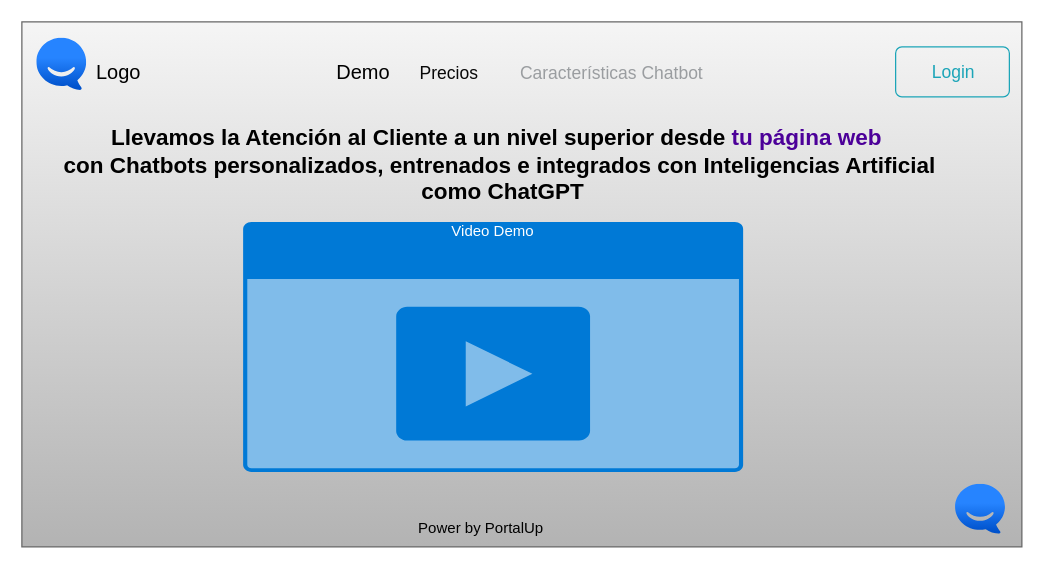
Before: template_chatbots_platform.drawio in victorhugor45/mockups_chatbot_platform, a draw.io diagram. Source tidied: cells renumbered, new cells numbered last; positions are measured from the earlier drawing's top-left corner, leaving out a move shared by most shapes. Both pictures are drawn from the tidied source at 125%, with x=0, y=0 at pixel (21, 21).
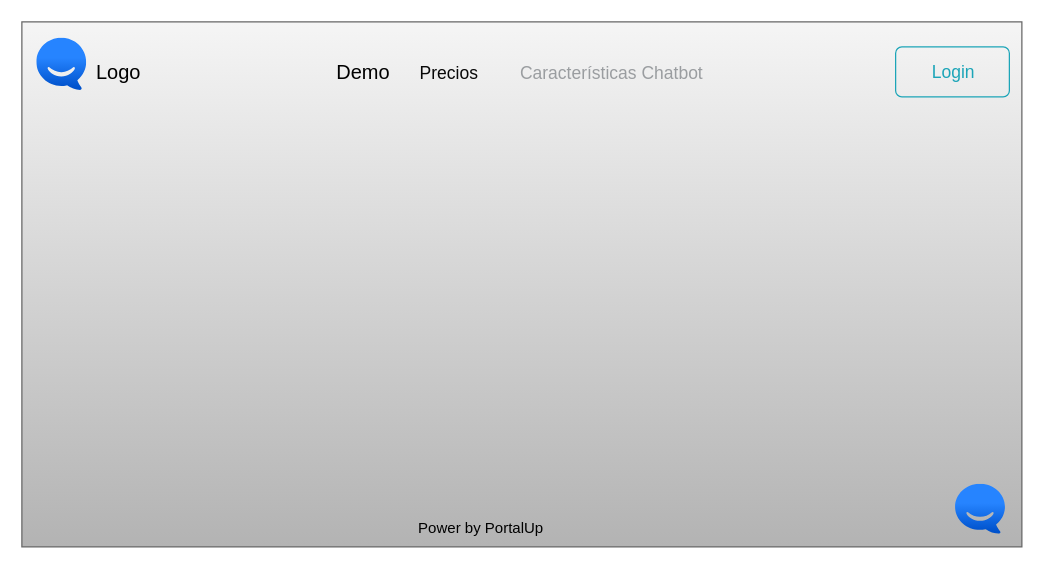
After the change.

Commit message:
Se deja solo el mockup template

Diff of the diagram source:
```diff
@@
 <mxGraphModel>
   <root>
     <mxCell id="0" />
     <mxCell id="1" parent="0" />
     <mxCell id="2" style="rounded=0;whiteSpace=wrap;html=1;fillColor=#f5f5f5;gradientColor=#b3b3b3;strokeColor=#666666;" parent="1" vertex="1">
       <mxGeometry width="800" height="420" as="geometry" />
     </mxCell>
     <mxCell id="3" value="Demo" style="html=1;shadow=0;dashed=0;fontSize=16;align=left;spacing=15;fillColor=none;strokeColor=none;" parent="1" vertex="1">
       <mxGeometry x="237" y="10" width="563" height="60" as="geometry" />
     </mxCell>
     <mxCell id="4" value="Precios" style="fillColor=none;strokeColor=none;fontSize=14;fontColor=#080808;align=center;" parent="3" vertex="1">
       <mxGeometry width="70" height="40" relative="1" as="geometry">
         <mxPoint x="70" y="10" as="offset" />
       </mxGeometry>
     </mxCell>
     <mxCell id="5" value="Características Chatbot " style="fillColor=none;strokeColor=none;fontSize=14;fontColor=#9A9DA0;align=center;" parent="3" vertex="1">
       <mxGeometry width="160" height="40" relative="1" as="geometry">
         <mxPoint x="157" y="10" as="offset" />
       </mxGeometry>
     </mxCell>
     <mxCell id="6" value="Login" style="html=1;shadow=0;dashed=0;shape=mxgraph.bootstrap.rrect;rSize=5;fontSize=14;fontColor=#1CA5B8;strokeColor=#1CA5B8;fillColor=none;" parent="3" vertex="1">
       <mxGeometry x="1" width="91" height="40" relative="1" as="geometry">
         <mxPoint x="-101" y="10" as="offset" />
       </mxGeometry>
     </mxCell>
-    <mxCell id="7" value="Video Demo" style="html=1;whiteSpace=wrap;strokeColor=none;fillColor=#0079D6;labelPosition=center;verticalLabelPosition=middle;verticalAlign=top;align=center;fontSize=12;spacingTop=-6;fontColor=#FFFFFF;sketch=0;shape=mxgraph.sitemap.video;" parent="1" vertex="1">
-      <mxGeometry x="177" y="160" width="400" height="200" as="geometry" />
-    </mxCell>
     <mxCell id="8" value="Power by PortalUp&lt;br&gt;" style="text;html=1;align=center;verticalAlign=middle;strokeColor=none;fillColor=none;" parent="1" vertex="1">
       <mxGeometry x="307" y="390" width="120" height="30" as="geometry" />
     </mxCell>
     <mxCell id="9" value="Logo" style="text;html=1;align=center;verticalAlign=middle;strokeColor=none;fillColor=none;fontSize=16;" parent="1" vertex="1">
       <mxGeometry x="47" y="25" width="60" height="30" as="geometry" />
     </mxCell>
-    <mxCell id="10" value="Llevamos la Atención al Cliente a un nivel superior desde&amp;nbsp;&lt;font style=&quot;border-color: var(--border-color);&quot; color=&quot;#4c0099&quot;&gt;tu página web&amp;nbsp;&lt;br&gt;&lt;/font&gt;con Chatbots personalizados, entrenados e integrados con Inteligencias Artificial&lt;br&gt;&amp;nbsp;como ChatGPT" style="text;html=1;align=center;verticalAlign=middle;strokeColor=none;fillColor=none;fontFamily=Helvetica;fontStyle=1;horizontal=1;fontSize=18;shadow=0;rounded=0;glass=0;" parent="1" vertex="1">
-      <mxGeometry x="22" y="75" width="720" height="80" as="geometry" />
-    </mxCell>
     <mxCell id="11" style="image;image=img/lib/atlassian/Hipchat_Logo.svg;html=1;direction=east;flipH=0;flipV=0;" parent="1" vertex="1">
       <mxGeometry x="747" y="370" width="40" height="40" as="geometry" />
     </mxCell>
     <mxCell id="12" style="image;image=img/lib/atlassian/Hipchat_Logo.svg;html=1;" parent="1" vertex="1">
       <mxGeometry x="12" y="13" width="40" height="42" as="geometry" />
     </mxCell>
   </root>
 </mxGraphModel>
```
